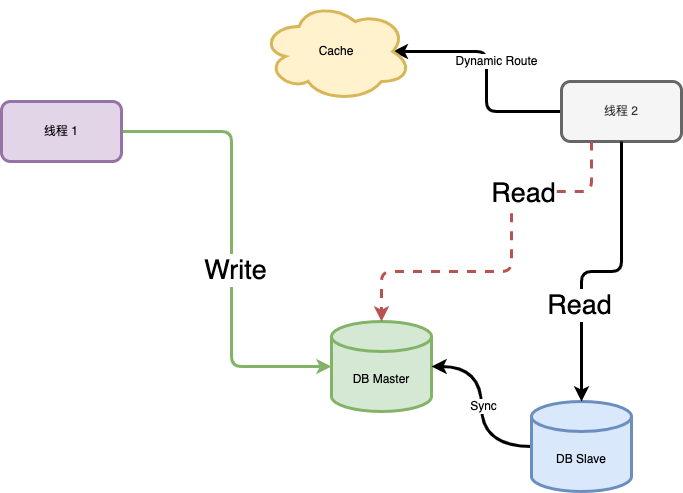
Before: dynamicMaster.drawio.png, a diagram exported from draw.io (anriclee/diagramStorage). Source tidied: cells renumbered, new cells last; positions are measured from the earlier drawing's top-left corner, leaving out a move shared by most shapes. Source of this version:
```xml
<mxGraphModel>
  <root>
    <mxCell id="0" />
    <mxCell id="1" parent="0" />
    <mxCell id="2" style="edgeStyle=orthogonalEdgeStyle;shape=connector;rounded=1;jettySize=auto;html=1;labelBackgroundColor=default;fontFamily=Helvetica;fontSize=12;fontColor=default;endArrow=classic;strokeColor=default;strokeWidth=3;entryX=0.875;entryY=0.5;entryDx=0;entryDy=0;entryPerimeter=0;" parent="1" edge="1" source="4" target="16">
      <mxGeometry relative="1" as="geometry" />
    </mxCell>
    <mxCell id="3" value="Dynamic Route" style="edgeLabel;html=1;align=center;verticalAlign=middle;fontSize=12;fontFamily=Helvetica;fontColor=default;" parent="2" vertex="1">
      <mxGeometry x="0.09" y="1" relative="1" as="geometry">
        <mxPoint x="10" y="-1" as="offset" />
      </mxGeometry>
    </mxCell>
    <mxCell id="4" value="&lt;span style=&quot;&quot;&gt;线程 2&lt;/span&gt;" style="rounded=1;whiteSpace=wrap;html=1;strokeWidth=3;fillColor=#f5f5f5;fontColor=#333333;strokeColor=#666666;" parent="1" vertex="1">
      <mxGeometry x="560" y="80" width="120" height="60" as="geometry" />
    </mxCell>
    <mxCell id="5" style="edgeStyle=orthogonalEdgeStyle;rounded=1;jettySize=auto;html=1;fontFamily=Helvetica;fontSize=12;fontColor=default;strokeWidth=3;fillColor=#d5e8d4;strokeColor=#82b366;" parent="1" edge="1" source="7" target="8">
      <mxGeometry relative="1" as="geometry">
        <Array as="points">
          <mxPoint x="230" y="130" />
        </Array>
      </mxGeometry>
    </mxCell>
    <mxCell id="6" value="&lt;font style=&quot;font-size: 27px;&quot;&gt;Write&lt;/font&gt;" style="edgeLabel;html=1;align=center;verticalAlign=middle;fontSize=12;fontFamily=Helvetica;fontColor=default;" parent="5" vertex="1">
      <mxGeometry x="0.29" y="3" relative="1" as="geometry">
        <mxPoint y="-38" as="offset" />
      </mxGeometry>
    </mxCell>
    <mxCell id="7" value="线程 1" style="rounded=1;whiteSpace=wrap;html=1;fontFamily=Helvetica;fontSize=12;strokeColor=#9673a6;strokeWidth=3;fillColor=#e1d5e7;" parent="1" vertex="1">
      <mxGeometry y="100" width="120" height="60" as="geometry" />
    </mxCell>
    <mxCell id="8" value="DB Master" style="shape=cylinder3;whiteSpace=wrap;html=1;boundedLbl=1;backgroundOutline=1;size=15;rounded=1;fontFamily=Helvetica;fontSize=12;strokeColor=#82b366;strokeWidth=3;fillColor=#d5e8d4;" parent="1" vertex="1">
      <mxGeometry x="330" y="320" width="100" height="90" as="geometry" />
    </mxCell>
    <mxCell id="9" style="edgeStyle=orthogonalEdgeStyle;shape=connector;jettySize=auto;html=1;entryX=1;entryY=0.5;entryDx=0;entryDy=0;entryPerimeter=0;labelBackgroundColor=default;fontFamily=Helvetica;fontSize=12;fontColor=default;endArrow=classic;strokeColor=default;strokeWidth=3;curved=1;" parent="1" edge="1" source="11" target="8">
      <mxGeometry relative="1" as="geometry" />
    </mxCell>
    <mxCell id="10" value="Sync" style="edgeLabel;html=1;align=center;verticalAlign=middle;fontSize=12;fontFamily=Helvetica;fontColor=default;" parent="9" vertex="1">
      <mxGeometry x="0.01" relative="1" as="geometry">
        <mxPoint x="1" as="offset" />
      </mxGeometry>
    </mxCell>
    <mxCell id="11" value="DB Slave" style="shape=cylinder3;whiteSpace=wrap;html=1;boundedLbl=1;backgroundOutline=1;size=15;rounded=1;fontFamily=Helvetica;fontSize=12;strokeColor=#6c8ebf;strokeWidth=3;fillColor=#dae8fc;" parent="1" vertex="1">
      <mxGeometry x="530" y="400" width="100" height="90" as="geometry" />
    </mxCell>
    <mxCell id="12" style="edgeStyle=orthogonalEdgeStyle;shape=connector;jettySize=auto;html=1;labelBackgroundColor=default;fontFamily=Helvetica;fontSize=12;fontColor=default;endArrow=classic;strokeColor=default;strokeWidth=3;rounded=1;exitX=0.5;exitY=1;exitDx=0;exitDy=0;entryX=0.5;entryY=0;entryDx=0;entryDy=0;entryPerimeter=0;" parent="1" edge="1" source="4" target="11">
      <mxGeometry relative="1" as="geometry" />
    </mxCell>
    <mxCell id="13" value="Read" style="edgeLabel;html=1;align=center;verticalAlign=middle;fontSize=27;fontFamily=Helvetica;fontColor=default;" parent="12" vertex="1">
      <mxGeometry x="0.35" y="-3" relative="1" as="geometry" />
    </mxCell>
    <mxCell id="14" style="edgeStyle=orthogonalEdgeStyle;shape=connector;rounded=1;jettySize=auto;html=1;labelBackgroundColor=default;fontFamily=Helvetica;fontSize=12;fontColor=default;endArrow=classic;strokeColor=#b85450;strokeWidth=3;exitX=0.25;exitY=1;exitDx=0;exitDy=0;entryX=0.5;entryY=0;entryDx=0;entryDy=0;entryPerimeter=0;dashed=1;fillColor=#f8cecc;" parent="1" edge="1" source="4" target="8">
      <mxGeometry relative="1" as="geometry">
        <Array as="points">
          <mxPoint x="590" y="190" />
          <mxPoint x="510" y="190" />
          <mxPoint x="510" y="270" />
          <mxPoint x="380" y="270" />
        </Array>
      </mxGeometry>
    </mxCell>
    <mxCell id="15" value="Read" style="edgeLabel;html=1;align=center;verticalAlign=middle;fontSize=27;fontFamily=Helvetica;fontColor=default;" parent="14" vertex="1">
      <mxGeometry x="-0.39" y="1" relative="1" as="geometry" />
    </mxCell>
    <mxCell id="16" value="Cache" style="ellipse;shape=cloud;whiteSpace=wrap;html=1;rounded=1;fontFamily=Helvetica;fontSize=12;strokeColor=#d6b656;strokeWidth=3;fillColor=#fff2cc;" parent="1" vertex="1">
      <mxGeometry x="260" width="150" height="100" as="geometry" />
    </mxCell>
  </root>
</mxGraphModel>
```
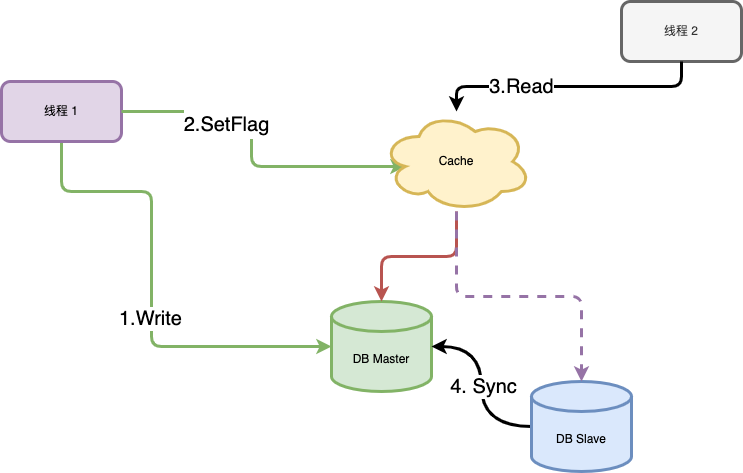
Above is the later version.

Diff of the diagram source:
```diff
@@ -2,39 +2,41 @@
   <root>
     <mxCell id="0" />
     <mxCell id="1" parent="0" />
-    <mxCell id="2" style="edgeStyle=orthogonalEdgeStyle;shape=connector;rounded=1;jettySize=auto;html=1;labelBackgroundColor=default;fontFamily=Helvetica;fontSize=12;fontColor=default;endArrow=classic;strokeColor=default;strokeWidth=3;entryX=0.875;entryY=0.5;entryDx=0;entryDy=0;entryPerimeter=0;" parent="1" edge="1" source="4" target="16">
-      <mxGeometry relative="1" as="geometry" />
-    </mxCell>
-    <mxCell id="3" value="Dynamic Route" style="edgeLabel;html=1;align=center;verticalAlign=middle;fontSize=12;fontFamily=Helvetica;fontColor=default;" parent="2" vertex="1">
-      <mxGeometry x="0.09" y="1" relative="1" as="geometry">
-        <mxPoint x="10" y="-1" as="offset" />
-      </mxGeometry>
-    </mxCell>
     <mxCell id="4" value="&lt;span style=&quot;&quot;&gt;线程 2&lt;/span&gt;" style="rounded=1;whiteSpace=wrap;html=1;strokeWidth=3;fillColor=#f5f5f5;fontColor=#333333;strokeColor=#666666;" parent="1" vertex="1">
-      <mxGeometry x="560" y="80" width="120" height="60" as="geometry" />
+      <mxGeometry x="620" y="20" width="120" height="60" as="geometry" />
     </mxCell>
-    <mxCell id="5" style="edgeStyle=orthogonalEdgeStyle;rounded=1;jettySize=auto;html=1;fontFamily=Helvetica;fontSize=12;fontColor=default;strokeWidth=3;fillColor=#d5e8d4;strokeColor=#82b366;" parent="1" edge="1" source="7" target="8">
+    <mxCell id="5" style="edgeStyle=orthogonalEdgeStyle;rounded=1;jettySize=auto;html=1;fontFamily=Helvetica;fontSize=12;fontColor=default;strokeWidth=3;fillColor=#d5e8d4;strokeColor=#82b366;exitX=0.5;exitY=1;exitDx=0;exitDy=0;" parent="1" edge="1" source="7" target="8">
       <mxGeometry relative="1" as="geometry">
         <Array as="points">
-          <mxPoint x="230" y="130" />
+          <mxPoint x="60" y="210" />
+          <mxPoint x="150" y="210" />
+          <mxPoint x="150" y="365" />
         </Array>
       </mxGeometry>
     </mxCell>
-    <mxCell id="6" value="&lt;font style=&quot;font-size: 27px;&quot;&gt;Write&lt;/font&gt;" style="edgeLabel;html=1;align=center;verticalAlign=middle;fontSize=12;fontFamily=Helvetica;fontColor=default;" parent="5" vertex="1">
+    <mxCell id="6" value="&lt;font style=&quot;font-size: 20px;&quot;&gt;1.Write&lt;/font&gt;" style="edgeLabel;html=1;align=center;verticalAlign=middle;fontSize=12;fontFamily=Helvetica;fontColor=default;" parent="5" vertex="1">
       <mxGeometry x="0.29" y="3" relative="1" as="geometry">
-        <mxPoint y="-38" as="offset" />
+        <mxPoint x="-13" y="-26" as="offset" />
       </mxGeometry>
     </mxCell>
     <mxCell id="7" value="线程 1" style="rounded=1;whiteSpace=wrap;html=1;fontFamily=Helvetica;fontSize=12;strokeColor=#9673a6;strokeWidth=3;fillColor=#e1d5e7;" parent="1" vertex="1">
       <mxGeometry y="100" width="120" height="60" as="geometry" />
     </mxCell>
+    <mxCell id="17" style="edgeStyle=orthogonalEdgeStyle;shape=connector;rounded=1;jettySize=auto;html=1;exitX=1;exitY=0.5;exitDx=0;exitDy=0;entryX=0.16;entryY=0.55;entryDx=0;entryDy=0;entryPerimeter=0;labelBackgroundColor=default;fontFamily=Helvetica;fontSize=27;fontColor=default;endArrow=classic;strokeColor=#82b366;strokeWidth=3;fillColor=#d5e8d4;" parent="1" edge="1" source="7" target="16">
+      <mxGeometry relative="1" as="geometry" />
+    </mxCell>
+    <mxCell id="18" value="&lt;font style=&quot;font-size: 20px;&quot;&gt;2.SetFlag&lt;/font&gt;" style="edgeLabel;html=1;align=center;verticalAlign=middle;fontSize=27;fontFamily=Helvetica;fontColor=default;" parent="17" vertex="1">
+      <mxGeometry x="0.41" y="3" relative="1" as="geometry">
+        <mxPoint x="-80" y="-42" as="offset" />
+      </mxGeometry>
+    </mxCell>
     <mxCell id="8" value="DB Master" style="shape=cylinder3;whiteSpace=wrap;html=1;boundedLbl=1;backgroundOutline=1;size=15;rounded=1;fontFamily=Helvetica;fontSize=12;strokeColor=#82b366;strokeWidth=3;fillColor=#d5e8d4;" parent="1" vertex="1">
       <mxGeometry x="330" y="320" width="100" height="90" as="geometry" />
     </mxCell>
     <mxCell id="9" style="edgeStyle=orthogonalEdgeStyle;shape=connector;jettySize=auto;html=1;entryX=1;entryY=0.5;entryDx=0;entryDy=0;entryPerimeter=0;labelBackgroundColor=default;fontFamily=Helvetica;fontSize=12;fontColor=default;endArrow=classic;strokeColor=default;strokeWidth=3;curved=1;" parent="1" edge="1" source="11" target="8">
       <mxGeometry relative="1" as="geometry" />
     </mxCell>
-    <mxCell id="10" value="Sync" style="edgeLabel;html=1;align=center;verticalAlign=middle;fontSize=12;fontFamily=Helvetica;fontColor=default;" parent="9" vertex="1">
+    <mxCell id="10" value="&lt;font style=&quot;font-size: 20px;&quot;&gt;4. Sync&lt;/font&gt;" style="edgeLabel;html=1;align=center;verticalAlign=middle;fontSize=12;fontFamily=Helvetica;fontColor=default;" parent="9" vertex="1">
       <mxGeometry x="0.01" relative="1" as="geometry">
         <mxPoint x="1" as="offset" />
       </mxGeometry>
@@ -42,27 +44,20 @@
     <mxCell id="11" value="DB Slave" style="shape=cylinder3;whiteSpace=wrap;html=1;boundedLbl=1;backgroundOutline=1;size=15;rounded=1;fontFamily=Helvetica;fontSize=12;strokeColor=#6c8ebf;strokeWidth=3;fillColor=#dae8fc;" parent="1" vertex="1">
       <mxGeometry x="530" y="400" width="100" height="90" as="geometry" />
     </mxCell>
-    <mxCell id="12" style="edgeStyle=orthogonalEdgeStyle;shape=connector;jettySize=auto;html=1;labelBackgroundColor=default;fontFamily=Helvetica;fontSize=12;fontColor=default;endArrow=classic;strokeColor=default;strokeWidth=3;rounded=1;exitX=0.5;exitY=1;exitDx=0;exitDy=0;entryX=0.5;entryY=0;entryDx=0;entryDy=0;entryPerimeter=0;" parent="1" edge="1" source="4" target="11">
+    <mxCell id="12" style="edgeStyle=orthogonalEdgeStyle;shape=connector;jettySize=auto;html=1;labelBackgroundColor=default;fontFamily=Helvetica;fontSize=12;fontColor=default;endArrow=classic;strokeColor=default;strokeWidth=3;rounded=1;exitX=0.5;exitY=1;exitDx=0;exitDy=0;" parent="1" edge="1" source="4" target="16">
       <mxGeometry relative="1" as="geometry" />
     </mxCell>
-    <mxCell id="13" value="Read" style="edgeLabel;html=1;align=center;verticalAlign=middle;fontSize=27;fontFamily=Helvetica;fontColor=default;" parent="12" vertex="1">
+    <mxCell id="13" value="&lt;font style=&quot;font-size: 20px;&quot;&gt;3.Read&lt;/font&gt;" style="edgeLabel;html=1;align=center;verticalAlign=middle;fontSize=27;fontFamily=Helvetica;fontColor=default;" parent="12" vertex="1">
       <mxGeometry x="0.35" y="-3" relative="1" as="geometry" />
     </mxCell>
-    <mxCell id="14" style="edgeStyle=orthogonalEdgeStyle;shape=connector;rounded=1;jettySize=auto;html=1;labelBackgroundColor=default;fontFamily=Helvetica;fontSize=12;fontColor=default;endArrow=classic;strokeColor=#b85450;strokeWidth=3;exitX=0.25;exitY=1;exitDx=0;exitDy=0;entryX=0.5;entryY=0;entryDx=0;entryDy=0;entryPerimeter=0;dashed=1;fillColor=#f8cecc;" parent="1" edge="1" source="4" target="8">
-      <mxGeometry relative="1" as="geometry">
-        <Array as="points">
-          <mxPoint x="590" y="190" />
-          <mxPoint x="510" y="190" />
-          <mxPoint x="510" y="270" />
-          <mxPoint x="380" y="270" />
-        </Array>
-      </mxGeometry>
-    </mxCell>
-    <mxCell id="15" value="Read" style="edgeLabel;html=1;align=center;verticalAlign=middle;fontSize=27;fontFamily=Helvetica;fontColor=default;" parent="14" vertex="1">
-      <mxGeometry x="-0.39" y="1" relative="1" as="geometry" />
-    </mxCell>
+    <mxCell id="19" style="edgeStyle=orthogonalEdgeStyle;shape=connector;rounded=1;jettySize=auto;html=1;labelBackgroundColor=default;fontFamily=Helvetica;fontSize=20;fontColor=default;endArrow=classic;strokeColor=#b85450;strokeWidth=3;fillColor=#f8cecc;" parent="1" edge="1" source="16" target="8">
+      <mxGeometry relative="1" as="geometry" />
+    </mxCell>
+    <mxCell id="20" style="edgeStyle=orthogonalEdgeStyle;shape=connector;rounded=1;jettySize=auto;html=1;labelBackgroundColor=default;fontFamily=Helvetica;fontSize=20;fontColor=default;endArrow=classic;strokeColor=#9673a6;strokeWidth=3;dashed=1;fillColor=#e1d5e7;" parent="1" edge="1" source="16" target="11">
+      <mxGeometry relative="1" as="geometry" />
+    </mxCell>
     <mxCell id="16" value="Cache" style="ellipse;shape=cloud;whiteSpace=wrap;html=1;rounded=1;fontFamily=Helvetica;fontSize=12;strokeColor=#d6b656;strokeWidth=3;fillColor=#fff2cc;" parent="1" vertex="1">
-      <mxGeometry x="260" width="150" height="100" as="geometry" />
+      <mxGeometry x="380" y="130" width="150" height="100" as="geometry" />
     </mxCell>
   </root>
 </mxGraphModel>
```
